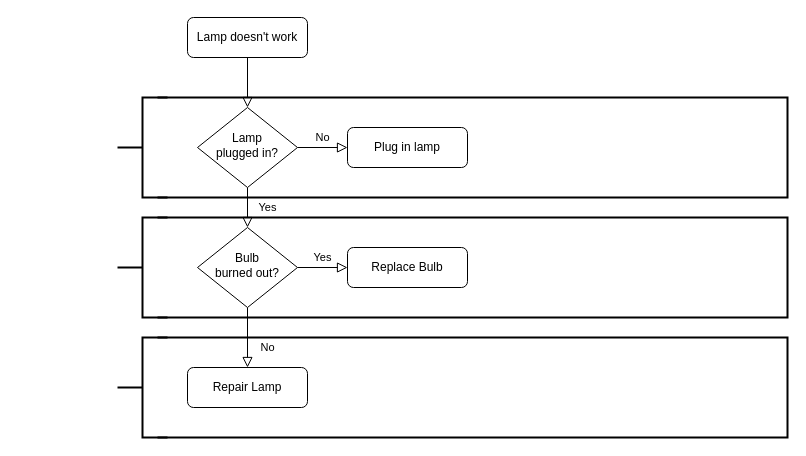
The draw.io diagram Untitled Diagram.drawio in clone18476/a-project, before the edit. Source tidied: cells renumbered, new cells numbered last; positions are measured from the earlier drawing's top-left corner, leaving out a move shared by most shapes. Both pictures are drawn from the tidied source at 100%, with x=0, y=0 at pixel (117, 17).
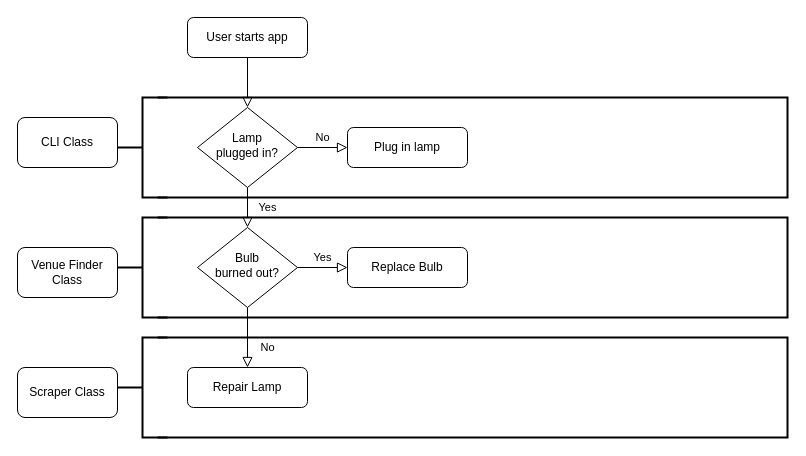
Above is the later version.

Change to the diagram source:
```diff
@@
-    <mxCell id="3" value="Lamp doesn't work" style="rounded=1;whiteSpace=wrap;html=1;fontSize=12;glass=0;strokeWidth=1;shadow=0;" parent="1" vertex="1">
+    <mxCell id="3" value="User starts app" style="rounded=1;whiteSpace=wrap;html=1;fontSize=12;glass=0;strokeWidth=1;shadow=0;" parent="1" vertex="1">
       <mxGeometry x="70" width="120" height="40" as="geometry" />
     </mxCell>
@@
+    <mxCell id="19" value="Scraper Class" style="rounded=1;whiteSpace=wrap;html=1;" parent="1" vertex="1">
+      <mxGeometry x="-100" y="350" width="100" height="50" as="geometry" />
+    </mxCell>
+    <mxCell id="20" value="Venue Finder Class" style="rounded=1;whiteSpace=wrap;html=1;" parent="1" vertex="1">
+      <mxGeometry x="-100" y="230" width="100" height="50" as="geometry" />
+    </mxCell>
+    <mxCell id="21" value="CLI Class" style="rounded=1;whiteSpace=wrap;html=1;" parent="1" vertex="1">
+      <mxGeometry x="-100" y="100" width="100" height="50" as="geometry" />
+    </mxCell>
```
